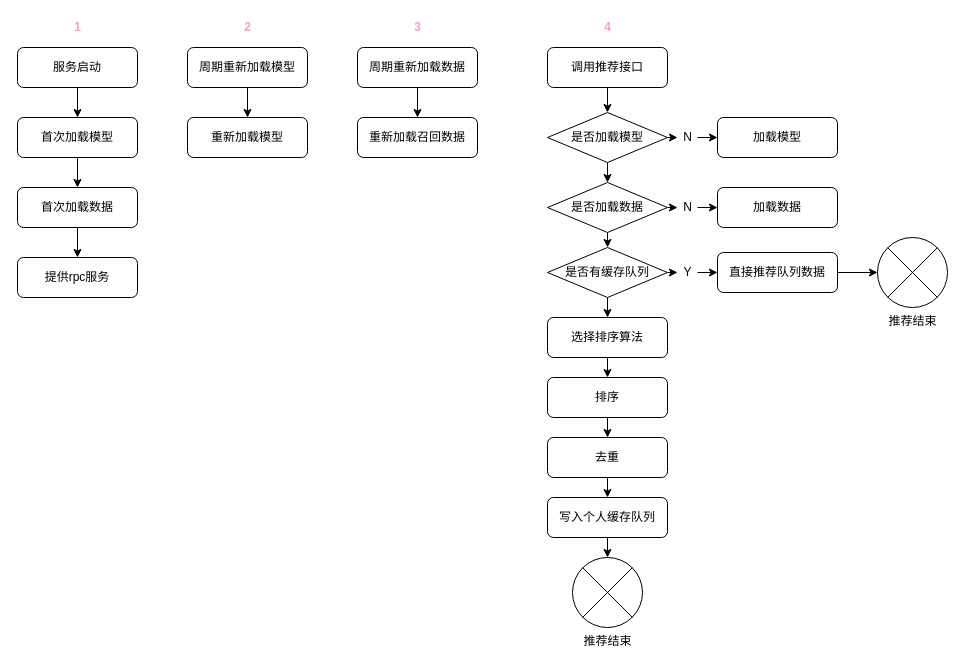
Above: 掌通家园-信息流推荐-排序服务流程图.drawio in wangjie5540/drawio (draw.io), before the change. Source tidied: cells renumbered, new cells numbered last; positions are measured from the earlier drawing's top-left corner, leaving out a move shared by most shapes. Both pictures are drawn from the tidied source at 100%, with x=0, y=0 at pixel (17, 17).
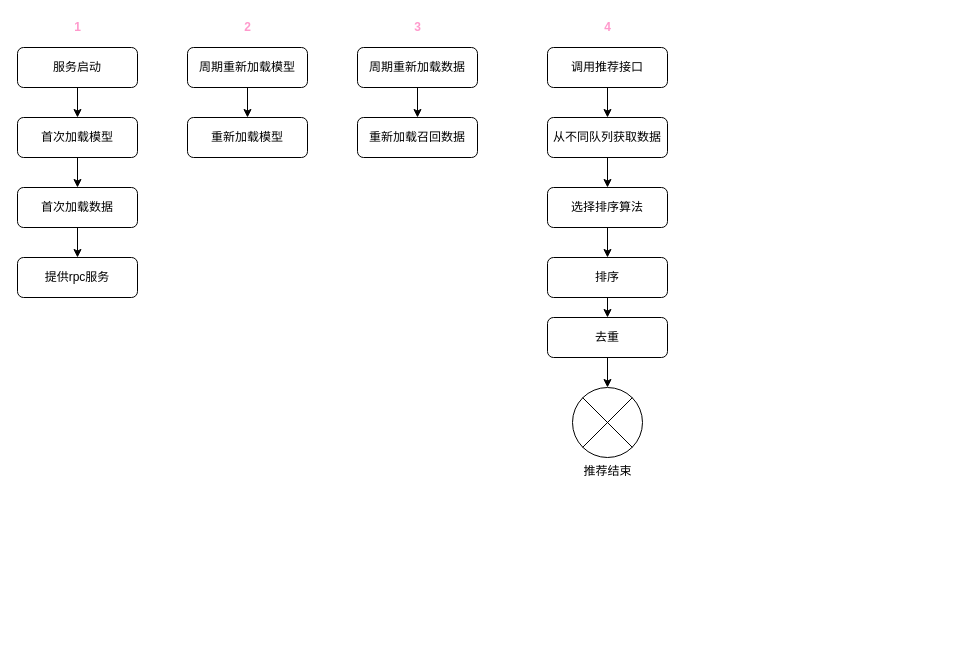
The same diagram, later.

Commit message:
Update 掌通家园-信息流推荐-排序服务流程图.drawio

The change refers to these unchanged cells:
```xml
<mxCell id="10" value="调用推荐接口" style="rounded=1;whiteSpace=wrap;html=1;fontSize=12;glass=0;strokeWidth=1;shadow=0;" parent="1" vertex="1">
  <mxGeometry x="530" y="30" width="120" height="40" as="geometry" />
</mxCell>
```

Diff of the diagram source:
```diff
@@
-    <mxCell id="9" style="edgeStyle=orthogonalEdgeStyle;rounded=0;jettySize=auto;html=1;exitX=0.5;exitY=1;exitDx=0;exitDy=0;entryX=0.5;entryY=0;entryDx=0;entryDy=0;" parent="1" edge="1" source="10" target="13">
-      <mxGeometry relative="1" as="geometry" />
-    </mxCell>
+    <mxCell id="50" style="edgeStyle=orthogonalEdgeStyle;rounded=0;jettySize=auto;html=1;exitX=0.5;exitY=1;exitDx=0;exitDy=0;entryX=0.5;entryY=0;entryDx=0;entryDy=0;" parent="1" edge="1" source="10" target="53">
+      <mxGeometry relative="1" as="geometry" />
+    </mxCell>
@@
-    <mxCell id="11" style="edgeStyle=orthogonalEdgeStyle;rounded=0;jettySize=auto;html=1;exitX=1;exitY=0.5;exitDx=0;exitDy=0;entryX=0;entryY=0.5;entryDx=0;entryDy=0;" parent="1" edge="1" source="15" target="14">
-      <mxGeometry relative="1" as="geometry" />
-    </mxCell>
-    <mxCell id="12" style="edgeStyle=orthogonalEdgeStyle;rounded=0;jettySize=auto;html=1;exitX=0.5;exitY=1;exitDx=0;exitDy=0;entryX=0.5;entryY=0;entryDx=0;entryDy=0;" parent="1" edge="1" source="13" target="19">
-      <mxGeometry relative="1" as="geometry" />
-    </mxCell>
-    <mxCell id="13" value="是否加载模型" style="rhombus;whiteSpace=wrap;html=1;" parent="1" vertex="1">
-      <mxGeometry x="530" y="95" width="120" height="50" as="geometry" />
-    </mxCell>
-    <mxCell id="14" value="加载模型" style="rounded=1;whiteSpace=wrap;html=1;fontSize=12;glass=0;strokeWidth=1;shadow=0;" parent="1" vertex="1">
-      <mxGeometry x="700" y="100" width="120" height="40" as="geometry" />
-    </mxCell>
-    <mxCell id="15" value="N" style="text;html=1;align=center;verticalAlign=middle;points=[];" parent="1" vertex="1">
-      <mxGeometry x="660" y="110" width="20" height="20" as="geometry" />
-    </mxCell>
-    <mxCell id="16" style="edgeStyle=orthogonalEdgeStyle;rounded=0;jettySize=auto;html=1;exitX=1;exitY=0.5;exitDx=0;exitDy=0;entryX=0;entryY=0.5;entryDx=0;entryDy=0;" parent="1" edge="1" source="13" target="15">
-      <mxGeometry relative="1" as="geometry" />
-    </mxCell>
-    <mxCell id="17" style="edgeStyle=orthogonalEdgeStyle;rounded=0;jettySize=auto;html=1;exitX=1;exitY=0.5;exitDx=0;exitDy=0;entryX=0;entryY=0.5;entryDx=0;entryDy=0;" parent="1" edge="1" source="21" target="20">
-      <mxGeometry relative="1" as="geometry" />
-    </mxCell>
-    <mxCell id="18" style="edgeStyle=orthogonalEdgeStyle;rounded=0;jettySize=auto;html=1;exitX=0.5;exitY=1;exitDx=0;exitDy=0;entryX=0.5;entryY=0;entryDx=0;entryDy=0;" parent="1" edge="1" source="19" target="25">
-      <mxGeometry relative="1" as="geometry" />
-    </mxCell>
-    <mxCell id="19" value="是否加载数据" style="rhombus;whiteSpace=wrap;html=1;" parent="1" vertex="1">
-      <mxGeometry x="530" y="165" width="120" height="50" as="geometry" />
-    </mxCell>
-    <mxCell id="20" value="加载数据" style="rounded=1;whiteSpace=wrap;html=1;fontSize=12;glass=0;strokeWidth=1;shadow=0;" parent="1" vertex="1">
-      <mxGeometry x="700" y="170" width="120" height="40" as="geometry" />
-    </mxCell>
-    <mxCell id="21" value="N" style="text;html=1;align=center;verticalAlign=middle;points=[];" parent="1" vertex="1">
-      <mxGeometry x="660" y="180" width="20" height="20" as="geometry" />
-    </mxCell>
-    <mxCell id="22" style="edgeStyle=orthogonalEdgeStyle;rounded=0;jettySize=auto;html=1;exitX=1;exitY=0.5;exitDx=0;exitDy=0;entryX=0;entryY=0.5;entryDx=0;entryDy=0;" parent="1" edge="1" source="19" target="21">
-      <mxGeometry relative="1" as="geometry" />
-    </mxCell>
-    <mxCell id="23" style="edgeStyle=orthogonalEdgeStyle;rounded=0;jettySize=auto;html=1;exitX=1;exitY=0.5;exitDx=0;exitDy=0;entryX=0;entryY=0.5;entryDx=0;entryDy=0;" parent="1" edge="1" source="28" target="27">
-      <mxGeometry relative="1" as="geometry" />
-    </mxCell>
-    <mxCell id="24" style="edgeStyle=orthogonalEdgeStyle;rounded=0;jettySize=auto;html=1;exitX=0.5;exitY=1;exitDx=0;exitDy=0;entryX=0.5;entryY=0;entryDx=0;entryDy=0;" parent="1" edge="1" source="25" target="31">
-      <mxGeometry relative="1" as="geometry" />
-    </mxCell>
-    <mxCell id="25" value="是否有缓存队列" style="rhombus;whiteSpace=wrap;html=1;" parent="1" vertex="1">
-      <mxGeometry x="530" y="230" width="120" height="50" as="geometry" />
-    </mxCell>
-    <mxCell id="26" style="edgeStyle=orthogonalEdgeStyle;rounded=0;jettySize=auto;html=1;" parent="1" edge="1" source="27" target="32">
-      <mxGeometry relative="1" as="geometry" />
-    </mxCell>
-    <mxCell id="27" value="直接推荐队列数据" style="rounded=1;whiteSpace=wrap;html=1;fontSize=12;glass=0;strokeWidth=1;shadow=0;" parent="1" vertex="1">
-      <mxGeometry x="700" y="235" width="120" height="40" as="geometry" />
-    </mxCell>
-    <mxCell id="28" value="Y" style="text;html=1;align=center;verticalAlign=middle;points=[];" parent="1" vertex="1">
-      <mxGeometry x="660" y="245" width="20" height="20" as="geometry" />
-    </mxCell>
-    <mxCell id="29" style="edgeStyle=orthogonalEdgeStyle;rounded=0;jettySize=auto;html=1;exitX=1;exitY=0.5;exitDx=0;exitDy=0;entryX=0;entryY=0.5;entryDx=0;entryDy=0;" parent="1" edge="1" source="25" target="28">
-      <mxGeometry relative="1" as="geometry" />
-    </mxCell>
@@
     <mxCell id="31" value="选择排序算法" style="rounded=1;whiteSpace=wrap;html=1;fontSize=12;glass=0;strokeWidth=1;shadow=0;" parent="1" vertex="1">
-      <mxGeometry x="530" y="300" width="120" height="40" as="geometry" />
+      <mxGeometry x="530" y="170" width="120" height="40" as="geometry" />
     </mxCell>
-    <mxCell id="32" value="推荐结束" style="verticalLabelPosition=bottom;verticalAlign=top;html=1;shape=mxgraph.flowchart.or;" parent="1" vertex="1">
-      <mxGeometry x="860" y="220" width="70" height="70" as="geometry" />
-    </mxCell>
@@
     <mxCell id="34" value="排序" style="rounded=1;whiteSpace=wrap;html=1;fontSize=12;glass=0;strokeWidth=1;shadow=0;" parent="1" vertex="1">
-      <mxGeometry x="530" y="360" width="120" height="40" as="geometry" />
+      <mxGeometry x="530" y="240" width="120" height="40" as="geometry" />
     </mxCell>
-    <mxCell id="35" style="edgeStyle=orthogonalEdgeStyle;rounded=0;jettySize=auto;html=1;exitX=0.5;exitY=1;exitDx=0;exitDy=0;entryX=0.5;entryY=0;entryDx=0;entryDy=0;" parent="1" edge="1" source="36" target="38">
-      <mxGeometry relative="1" as="geometry" />
-    </mxCell>
+    <mxCell id="51" style="edgeStyle=orthogonalEdgeStyle;rounded=0;jettySize=auto;html=1;" parent="1" edge="1" source="36" target="49">
+      <mxGeometry relative="1" as="geometry" />
+    </mxCell>
     <mxCell id="36" value="去重" style="rounded=1;whiteSpace=wrap;html=1;fontSize=12;glass=0;strokeWidth=1;shadow=0;" parent="1" vertex="1">
-      <mxGeometry x="530" y="420" width="120" height="40" as="geometry" />
+      <mxGeometry x="530" y="300" width="120" height="40" as="geometry" />
     </mxCell>
-    <mxCell id="37" style="edgeStyle=orthogonalEdgeStyle;rounded=0;jettySize=auto;html=1;exitX=0.5;exitY=1;exitDx=0;exitDy=0;entryX=0.5;entryY=0;entryDx=0;entryDy=0;entryPerimeter=0;fontColor=#FF99CC;" parent="1" edge="1" source="38" target="49">
-      <mxGeometry relative="1" as="geometry" />
-    </mxCell>
-    <mxCell id="38" value="写入个人缓存队列" style="rounded=1;whiteSpace=wrap;html=1;fontSize=12;glass=0;strokeWidth=1;shadow=0;" parent="1" vertex="1">
-      <mxGeometry x="530" y="480" width="120" height="40" as="geometry" />
-    </mxCell>
@@
     <mxCell id="49" value="推荐结束" style="verticalLabelPosition=bottom;verticalAlign=top;html=1;shape=mxgraph.flowchart.or;" parent="1" vertex="1">
-      <mxGeometry x="555" y="540" width="70" height="70" as="geometry" />
+      <mxGeometry x="555" y="370" width="70" height="70" as="geometry" />
     </mxCell>
+    <mxCell id="52" style="edgeStyle=orthogonalEdgeStyle;rounded=0;jettySize=auto;html=1;exitX=0.5;exitY=1;exitDx=0;exitDy=0;entryX=0.5;entryY=0;entryDx=0;entryDy=0;" parent="1" edge="1" source="53" target="31">
+      <mxGeometry relative="1" as="geometry" />
+    </mxCell>
+    <mxCell id="53" value="从不同队列获取数据" style="rounded=1;whiteSpace=wrap;html=1;fontSize=12;glass=0;strokeWidth=1;shadow=0;" parent="1" vertex="1">
+      <mxGeometry x="530" y="100" width="120" height="40" as="geometry" />
+    </mxCell>
```
